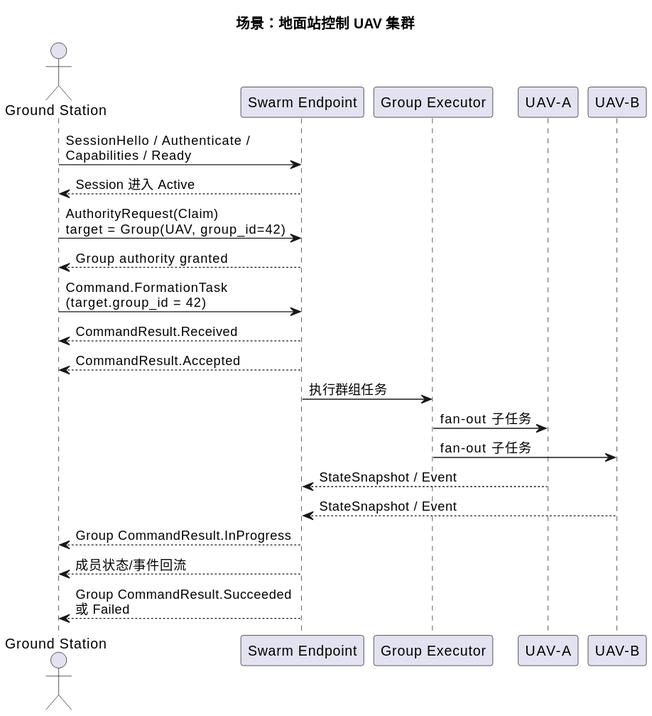
YunDrone-Team/yunlink keeps this PlantUML diagram as docs/diagrams/plantuml/svg/scenario_swarm_control.svg. Above is the earlier version. The source it was exported from:
```plantuml
@startuml
skinparamlocked backgroundColor white
title 场景：地面站控制 UAV 集群
skinparam backgroundColor white
skinparam shadowing false

actor "Ground Station" as GS
participant "Swarm Endpoint" as SW
participant "Group Executor" as GX
participant "UAV-A" as A
participant "UAV-B" as B

GS -> SW : SessionHello / Authenticate /\nCapabilities / Ready
SW --> GS : Session 进入 Active

GS -> SW : AuthorityRequest(Claim)\ntarget = Group(UAV, group_id=42)
SW --> GS : Group authority granted

GS -> SW : Command.FormationTask\n(target.group_id = 42)
SW --> GS : CommandResult.Received
SW --> GS : CommandResult.Accepted
SW -> GX : 执行群组任务
GX -> A : fan-out 子任务
GX -> B : fan-out 子任务
A --> SW : StateSnapshot / Event
B --> SW : StateSnapshot / Event
SW --> GS : Group CommandResult.InProgress
SW --> GS : 成员状态/事件回流
SW --> GS : Group CommandResult.Succeeded\n或 Failed
@enduml
```
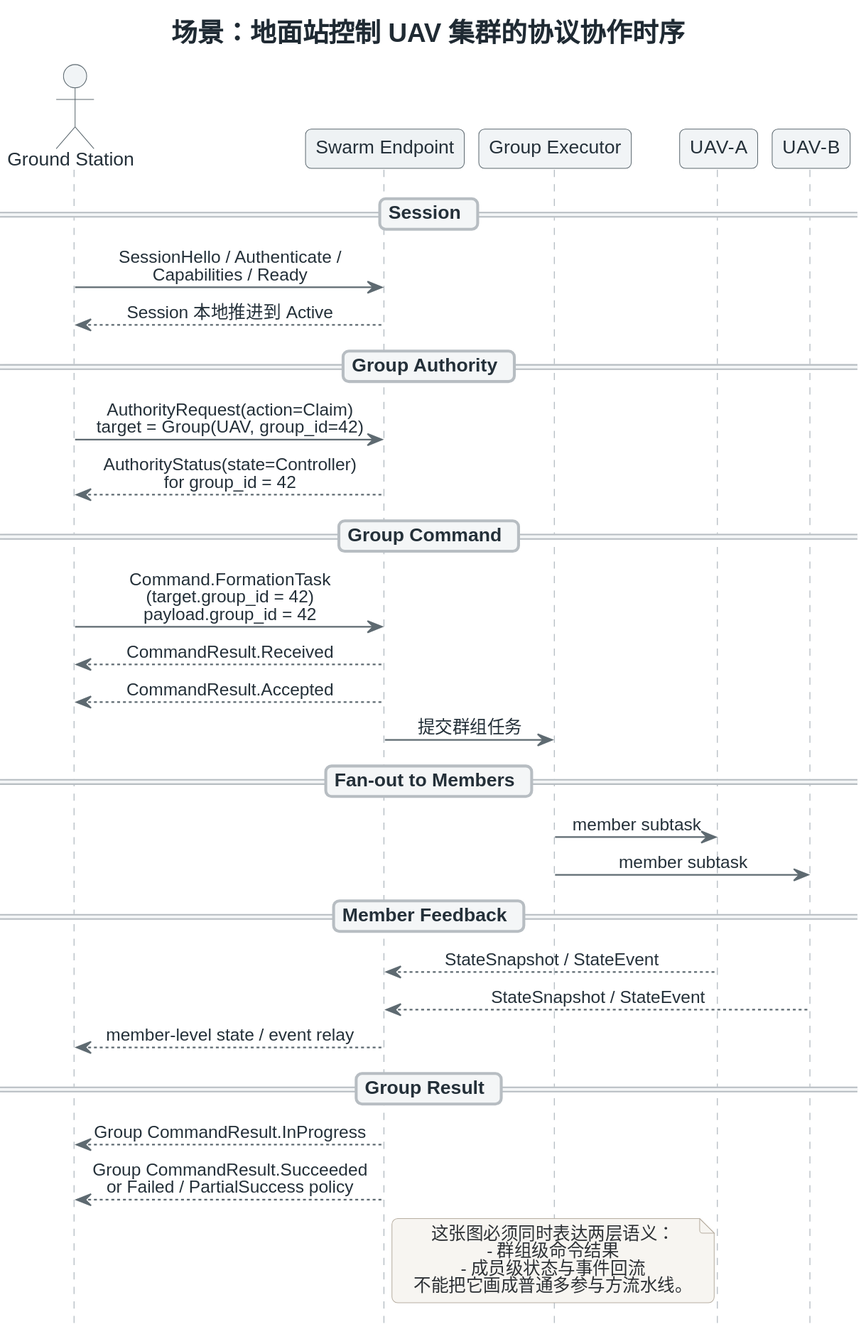
After the change.

What changed in the source:
```diff
@@ -1,30 +1,46 @@
 @startuml
 skinparamlocked backgroundColor white
-title 场景：地面站控制 UAV 集群
-skinparam backgroundColor white
-skinparam shadowing false
+!include _yunlink_protocol_theme.iuml
+title 场景：地面站控制 UAV 集群的协议协作时序
+hide footbox
 
 actor "Ground Station" as GS
-participant "Swarm Endpoint" as SW
-participant "Group Executor" as GX
-participant "UAV-A" as A
-participant "UAV-B" as B
+participant "Swarm Endpoint" as SW #EEF2F4
+participant "Group Executor" as GX #F1F4F6
+participant "UAV-A" as A #F1F4F6
+participant "UAV-B" as B #F1F4F6
 
+== Session ==
 GS -> SW : SessionHello / Authenticate /\nCapabilities / Ready
-SW --> GS : Session 进入 Active
+SW --> GS : Session 本地推进到 Active
 
-GS -> SW : AuthorityRequest(Claim)\ntarget = Group(UAV, group_id=42)
-SW --> GS : Group authority granted
+== Group Authority ==
+GS -> SW : AuthorityRequest(action=Claim)\ntarget = Group(UAV, group_id=42)
+SW --> GS : AuthorityStatus(state=Controller)\nfor group_id = 42
 
-GS -> SW : Command.FormationTask\n(target.group_id = 42)
+== Group Command ==
+GS -> SW : Command.FormationTask\n(target.group_id = 42)\npayload.group_id = 42
 SW --> GS : CommandResult.Received
 SW --> GS : CommandResult.Accepted
-SW -> GX : 执行群组任务
-GX -> A : fan-out 子任务
-GX -> B : fan-out 子任务
-A --> SW : StateSnapshot / Event
-B --> SW : StateSnapshot / Event
+SW -> GX : 提交群组任务
+
+== Fan-out to Members ==
+GX -> A : member subtask
+GX -> B : member subtask
+
+== Member Feedback ==
+A --> SW : StateSnapshot / StateEvent
+B --> SW : StateSnapshot / StateEvent
+SW --> GS : member-level state / event relay
+
+== Group Result ==
 SW --> GS : Group CommandResult.InProgress
-SW --> GS : 成员状态/事件回流
-SW --> GS : Group CommandResult.Succeeded\n或 Failed
+SW --> GS : Group CommandResult.Succeeded\nor Failed / PartialSuccess policy
+
+note right of SW
+这张图必须同时表达两层语义：
+- 群组级命令结果
+- 成员级状态与事件回流
+不能把它画成普通多参与方流水线。
+end note
 @enduml
```
